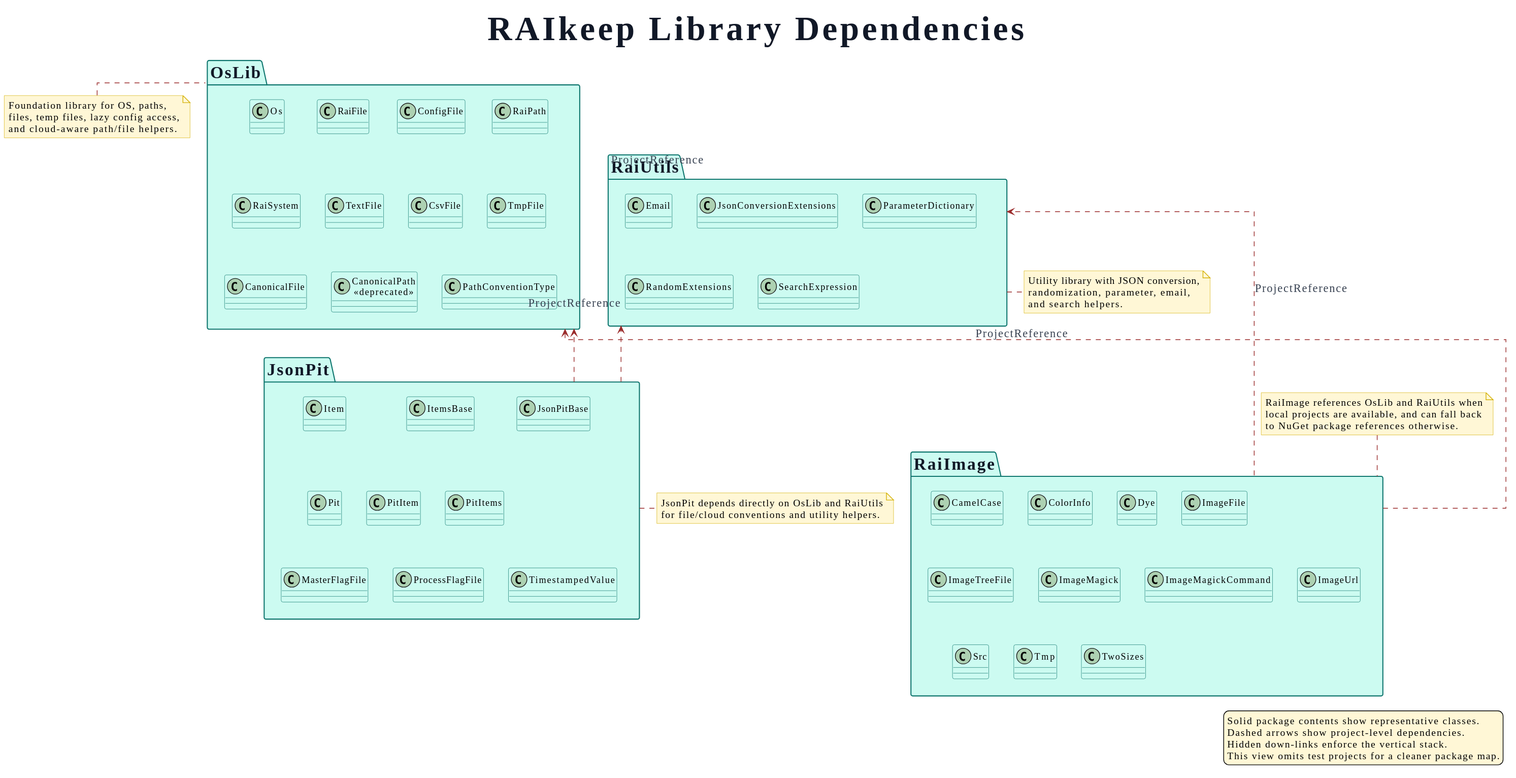
Above: RAIkeep-Library-Dependencies.svg in Burkhardt/RAIkeep (PlantUML), before the change.
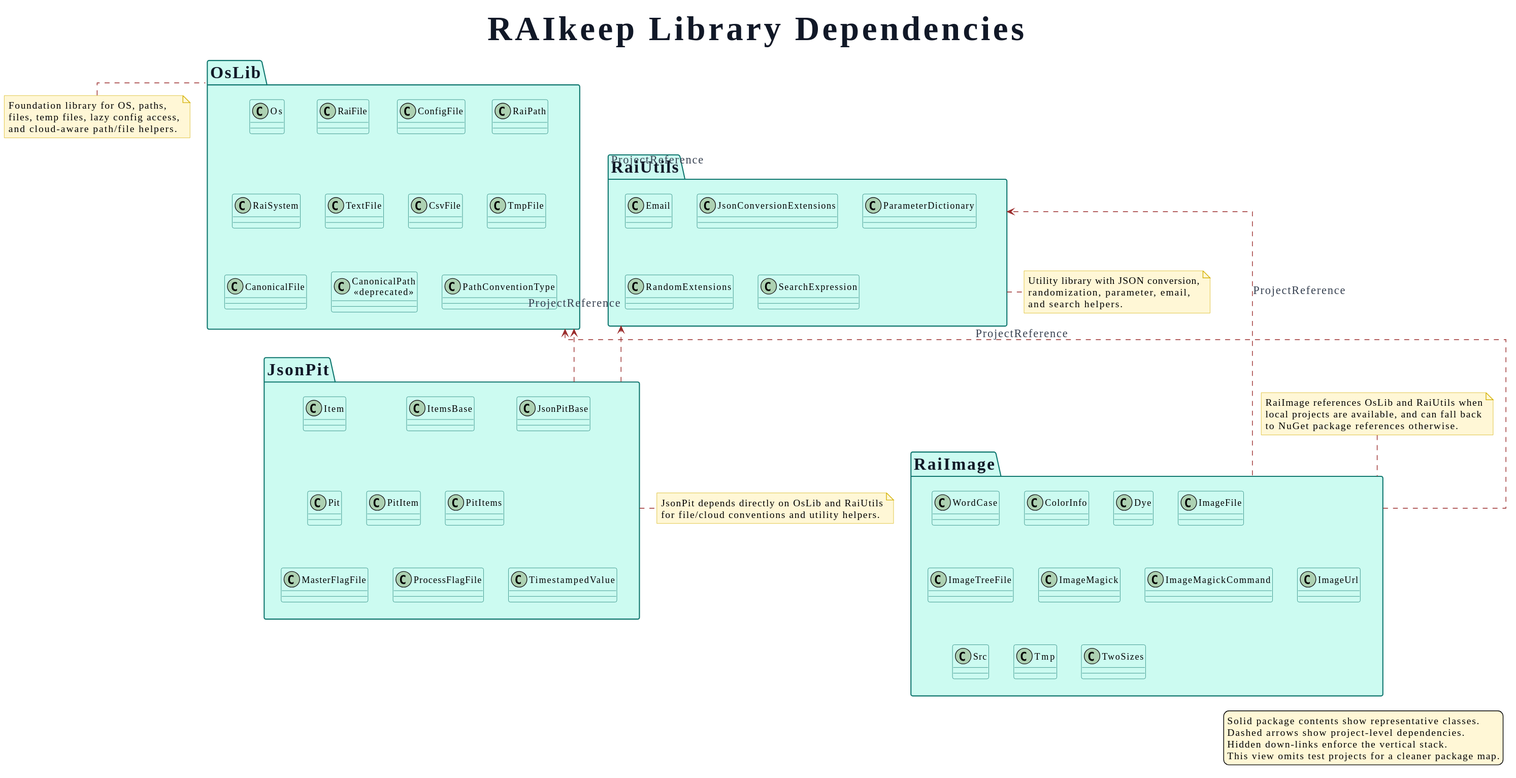
After the change.

What changed in the source:
```diff
@@ -72,7 +72,7 @@
 }
 
 package "RaiImage" as P_RaiImage {
-	class CamelCase
+	class WordCase
 	class ColorInfo
 	class Dye
 	class ImageFile
```
